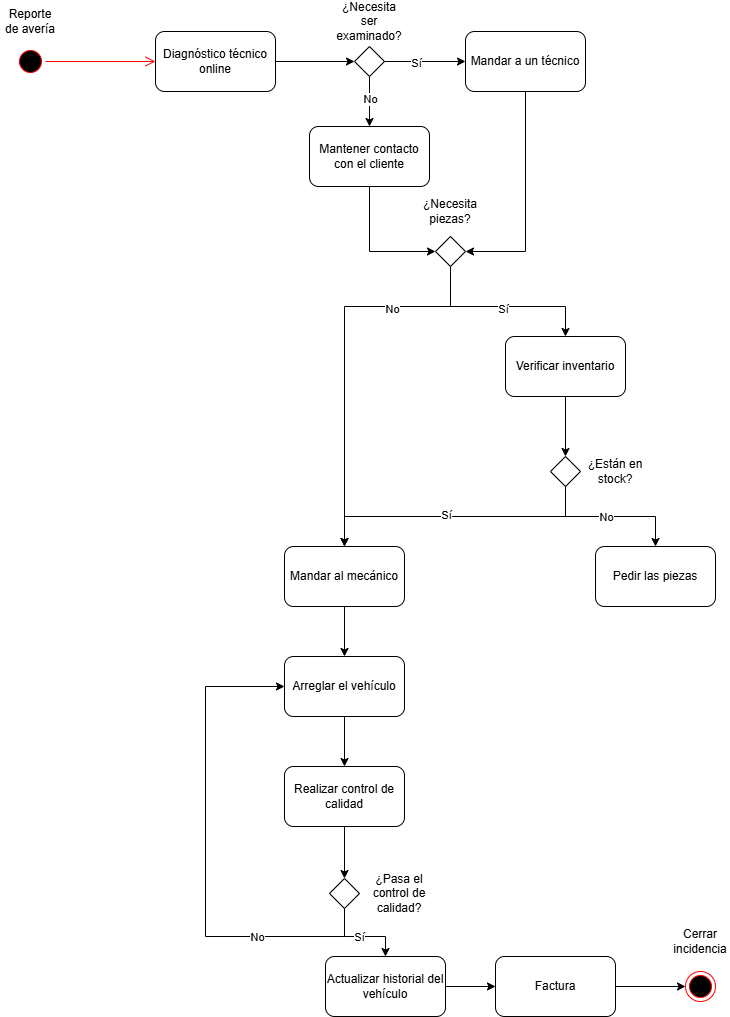
This is pruebas/Fleet activity diagram.drawio.png from anderesor-star/pruebas, a draw.io export, as it was before one commit. Source tidied: cells renumbered, new cells last; positions are measured from the earlier drawing's top-left corner, leaving out a move shared by most shapes.
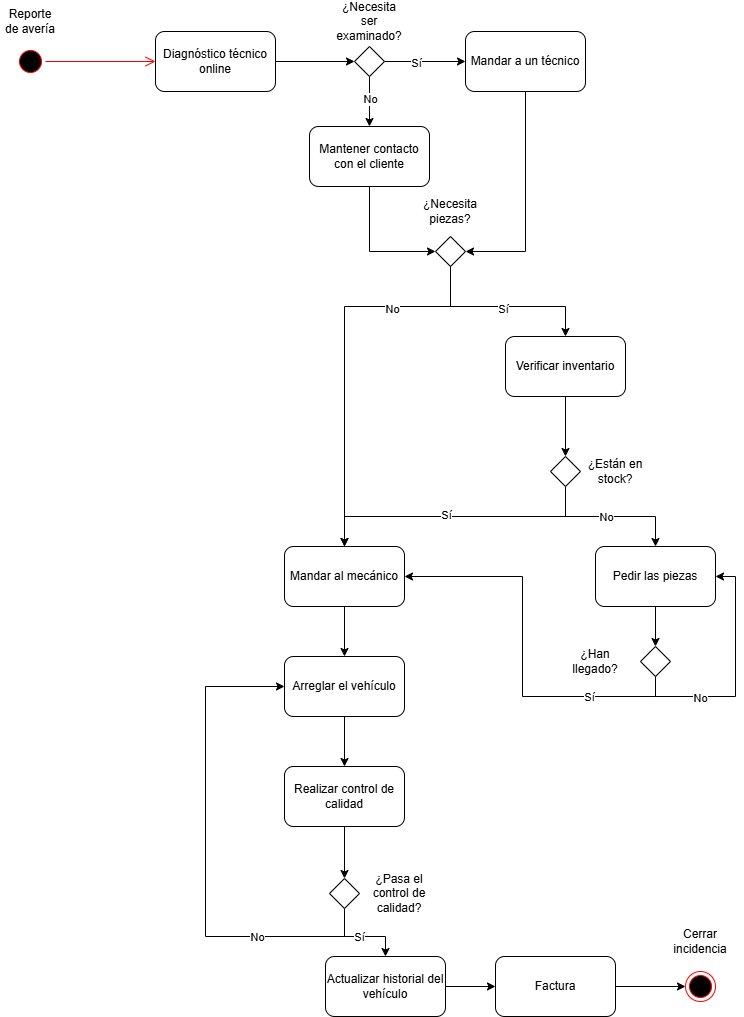
After the commit.

What changed in the source:
```diff
@@ -101,6 +101,9 @@
     <mxCell id="30" value="¿Están en stock?" style="text;html=1;whiteSpace=wrap;strokeColor=none;fillColor=none;align=center;verticalAlign=middle;rounded=0;" parent="1" vertex="1">
       <mxGeometry x="585" y="450" width="60" height="30" as="geometry" />
     </mxCell>
+    <mxCell id="50" style="edgeStyle=orthogonalEdgeStyle;rounded=0;jettySize=auto;html=1;exitX=0.5;exitY=1;exitDx=0;exitDy=0;entryX=0.5;entryY=0;entryDx=0;entryDy=0;" parent="1" edge="1" source="31" target="55">
+      <mxGeometry relative="1" as="geometry" />
+    </mxCell>
     <mxCell id="31" value="Pedir las piezas" style="rounded=1;whiteSpace=wrap;html=1;" parent="1" vertex="1">
       <mxGeometry x="595" y="540" width="120" height="60" as="geometry" />
     </mxCell>
@@ -169,5 +172,29 @@
     <mxCell id="49" value="Cerrar incidencia" style="text;html=1;whiteSpace=wrap;strokeColor=none;fillColor=none;align=center;verticalAlign=middle;rounded=0;" parent="1" vertex="1">
       <mxGeometry x="670" y="920" width="60" height="30" as="geometry" />
     </mxCell>
+    <mxCell id="51" style="edgeStyle=orthogonalEdgeStyle;rounded=0;jettySize=auto;html=1;exitX=0.5;exitY=1;exitDx=0;exitDy=0;entryX=1;entryY=0.5;entryDx=0;entryDy=0;" parent="1" edge="1" source="55" target="33">
+      <mxGeometry relative="1" as="geometry" />
+    </mxCell>
+    <mxCell id="52" value="Sí" style="edgeLabel;html=1;align=center;verticalAlign=middle;" parent="51" vertex="1">
+      <mxGeometry x="-0.56" relative="1" as="geometry" />
+    </mxCell>
+    <mxCell id="53" style="edgeStyle=orthogonalEdgeStyle;rounded=0;jettySize=auto;html=1;exitX=0.5;exitY=1;exitDx=0;exitDy=0;entryX=1;entryY=0.5;entryDx=0;entryDy=0;" parent="1" edge="1" source="55" target="31">
+      <mxGeometry relative="1" as="geometry">
+        <Array as="points">
+          <mxPoint x="655" y="690" />
+          <mxPoint x="735" y="690" />
+          <mxPoint x="735" y="570" />
+        </Array>
+      </mxGeometry>
+    </mxCell>
+    <mxCell id="54" value="No" style="edgeLabel;html=1;align=center;verticalAlign=middle;" parent="53" vertex="1">
+      <mxGeometry x="-0.47" y="-1" relative="1" as="geometry" />
+    </mxCell>
+    <mxCell id="55" style="rhombus;whiteSpace=wrap;html=1;" parent="1" vertex="1">
+      <mxGeometry x="640" y="640" width="30" height="30" as="geometry" />
+    </mxCell>
+    <mxCell id="56" value="¿Han llegado?" style="text;html=1;whiteSpace=wrap;strokeColor=none;fillColor=none;align=center;verticalAlign=middle;rounded=0;" parent="1" vertex="1">
+      <mxGeometry x="565" y="640" width="60" height="30" as="geometry" />
+    </mxCell>
   </root>
 </mxGraphModel>
```
